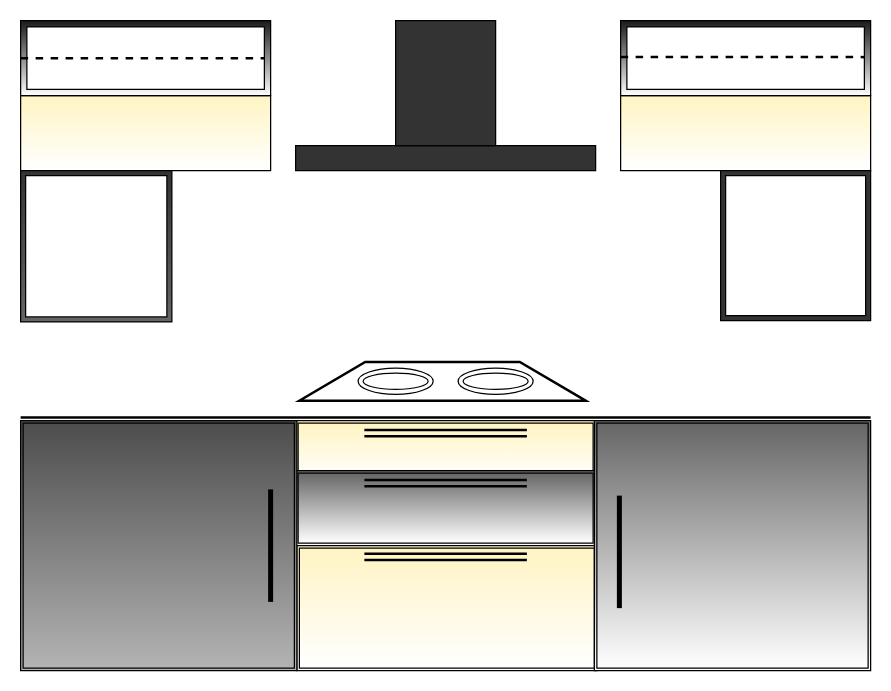
Above: Kitchen1.drawio in ritam-mukherjee-it/sonestaa-interor-design (draw.io), before the change. Source tidied: cells renumbered, new cells numbered last; positions are measured from the earlier drawing's top-left corner, leaving out a move shared by most shapes. Both pictures are drawn from the tidied source at 125%, with x=0, y=0 at pixel (20, 20).
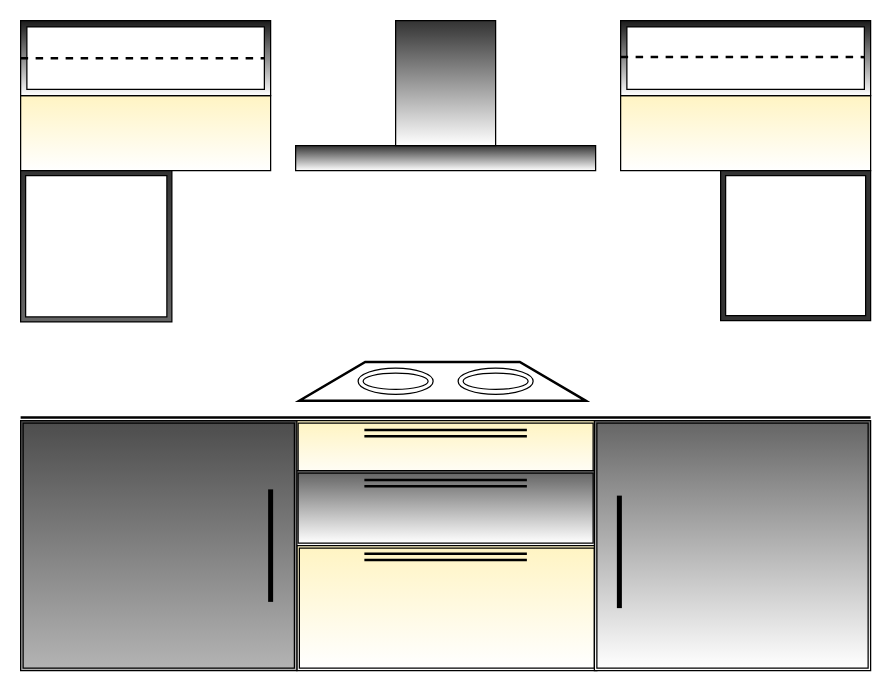
Above is the later version.

The edit, as a diff of the source:
```diff
@@
-    <mxCell id="6" style="rounded=0;whiteSpace=wrap;html=1;fillColor=#333333;gradientColor=none;" parent="1" vertex="1">
+    <mxCell id="6" style="rounded=0;whiteSpace=wrap;html=1;fillColor=#333333;gradientColor=#ffffff;" parent="1" vertex="1">
       <mxGeometry x="220" y="100" width="240" height="20" as="geometry" />
     </mxCell>
-    <mxCell id="7" style="rounded=0;whiteSpace=wrap;html=1;fillColor=#333333;gradientColor=none;" parent="1" vertex="1">
+    <mxCell id="7" style="rounded=0;whiteSpace=wrap;html=1;fillColor=#333333;gradientColor=#ffffff;" parent="1" vertex="1">
       <mxGeometry x="300" width="80" height="100" as="geometry" />
     </mxCell>
```
